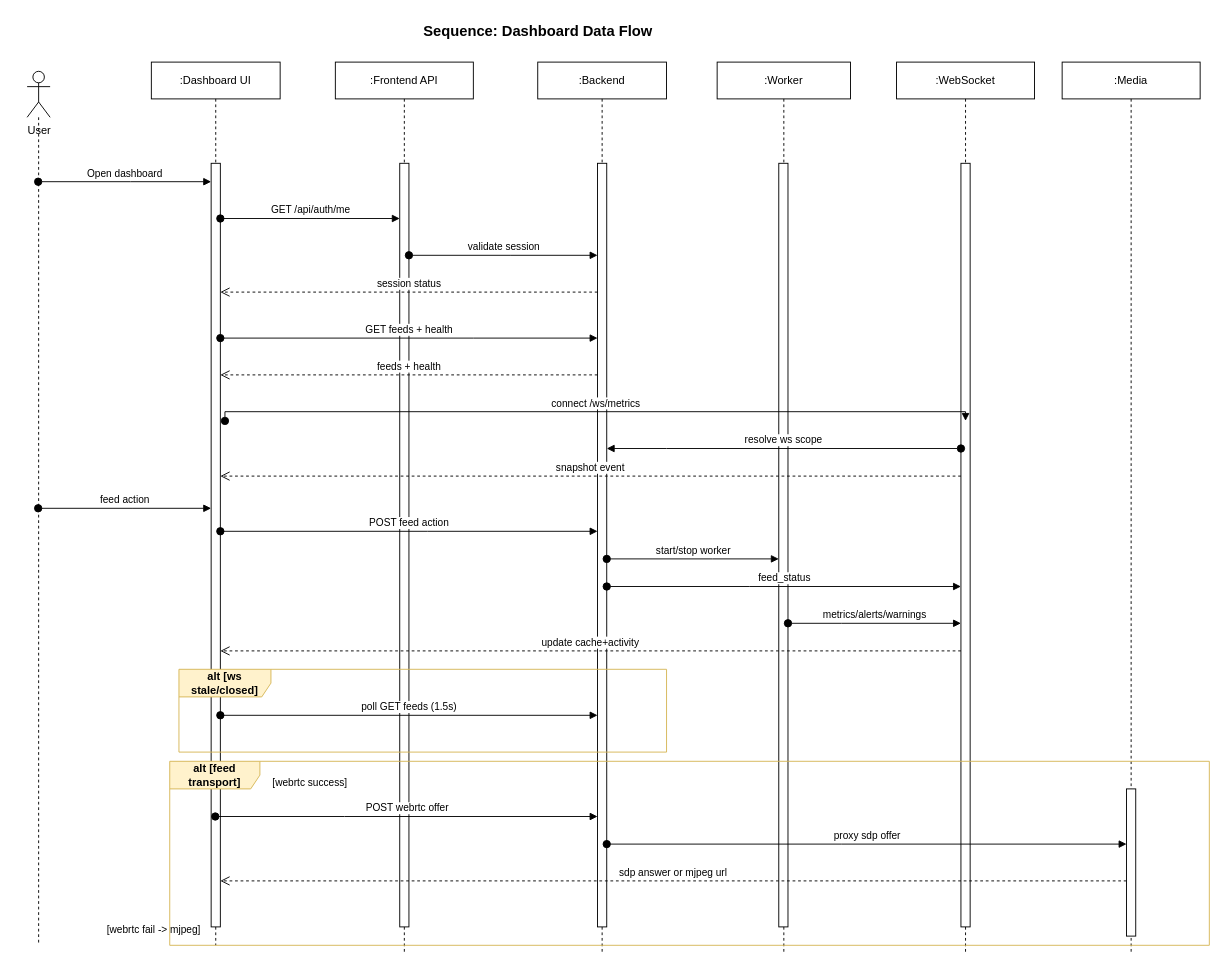
Salmen-BA21/Queue-Wait-Time-Estimation keeps this draw.io diagram as report-latex/figures/drawio/chapter5_dashboard_data_flow_sequence.drawio. Above is the earlier version. Source tidied: cells renumbered, new cells numbered last; positions are measured from the earlier drawing's top-left corner, leaving out a move shared by most shapes. Both pictures are drawn from the tidied source at 92%, with x=0, y=0 at pixel (15, 16).
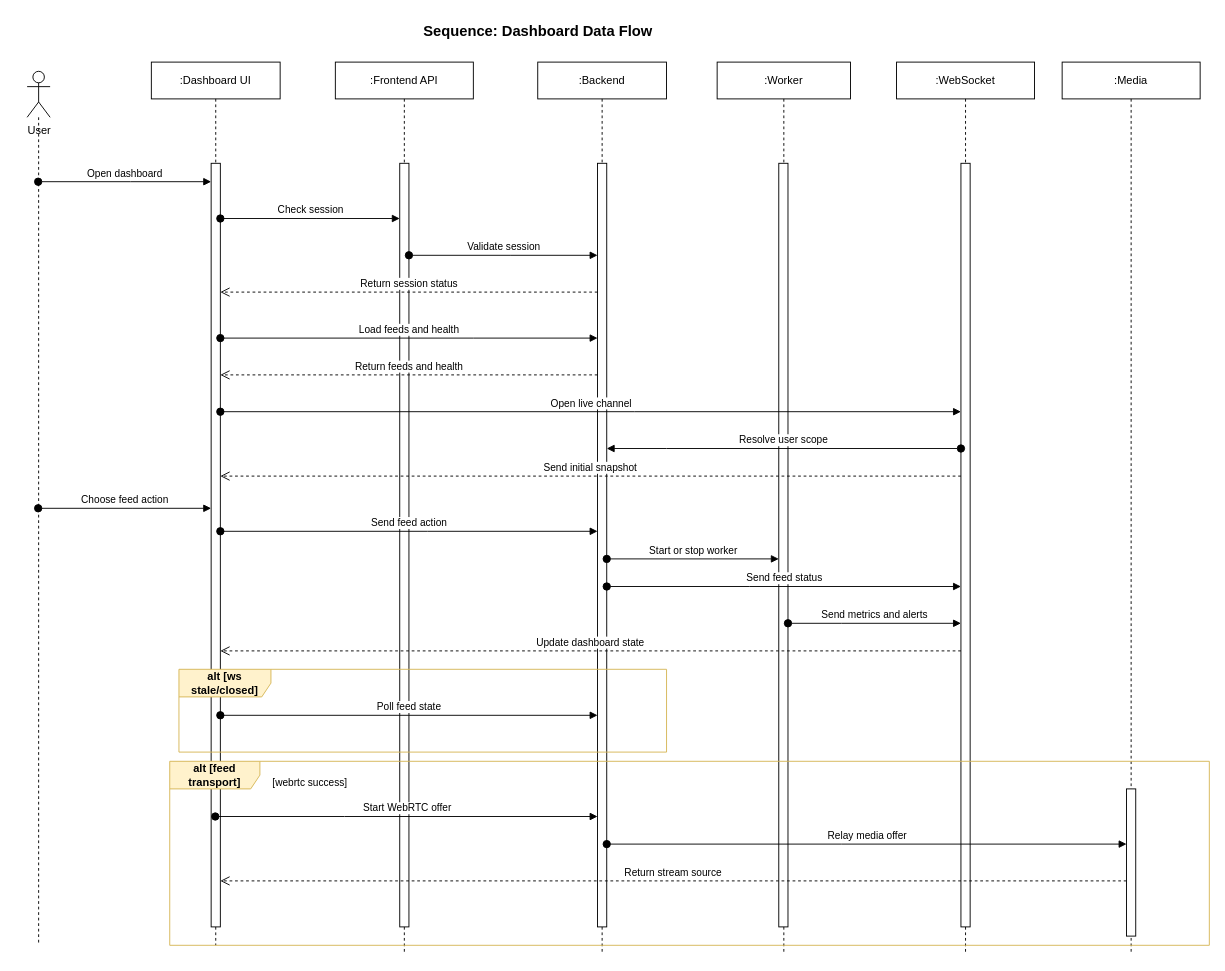
Above is the later version.

Unchanged cells that the change refers to:
```xml
<mxCell id="3" value=":Dashboard UI" style="shape=umlLifeline;perimeter=lifelinePerimeter;whiteSpace=wrap;html=1;outlineConnect=0;portConstraint=eastwest;" parent="1" vertex="1">
  <mxGeometry x="148" y="50" width="140" height="960" as="geometry" />
</mxCell>
<mxCell id="4" style="html=1;points=[];perimeter=orthogonalPerimeter;outlineConnect=0;targetShapes=umlLifeline;portConstraint=eastwest;" parent="3" vertex="1">
  <mxGeometry x="65" y="110" width="10" height="830" as="geometry" />
</mxCell>
<mxCell id="6" style="html=1;points=[];perimeter=orthogonalPerimeter;outlineConnect=0;targetShapes=umlLifeline;portConstraint=eastwest;" parent="5" vertex="1">
  <mxGeometry x="70" y="110" width="10" height="830" as="geometry" />
</mxCell>
<mxCell id="8" style="html=1;points=[];perimeter=orthogonalPerimeter;outlineConnect=0;targetShapes=umlLifeline;portConstraint=eastwest;" parent="7" vertex="1">
  <mxGeometry x="65" y="110" width="10" height="830" as="geometry" />
</mxCell>
<mxCell id="10" style="html=1;points=[];perimeter=orthogonalPerimeter;outlineConnect=0;targetShapes=umlLifeline;portConstraint=eastwest;" parent="9" vertex="1">
  <mxGeometry x="67" y="110" width="10" height="830" as="geometry" />
</mxCell>
<mxCell id="12" style="html=1;points=[];perimeter=orthogonalPerimeter;outlineConnect=0;targetShapes=umlLifeline;portConstraint=eastwest;" parent="11" vertex="1">
  <mxGeometry x="70" y="110" width="10" height="830" as="geometry" />
</mxCell>
<mxCell id="36" style="shape=umlLifeline;perimeter=lifelinePerimeter;whiteSpace=wrap;html=1;outlineConnect=0;portConstraint=eastwest;newEdgeStyle={&quot;curved&quot;:0,&quot;rounded&quot;:0};participant=umlActor;size=50;" parent="1" vertex="1">
  <mxGeometry x="13" y="60" width="25" height="950" as="geometry" />
</mxCell>
```

What changed in the source:
```diff
@@
-    <mxCell id="15" value="GET /api/auth/me" style="html=1;verticalAlign=bottom;startArrow=oval;endArrow=block;startSize=8;edgeStyle=elbowEdgeStyle;elbow=vertical;curved=0;rounded=0;" parent="1" edge="1" source="4" target="6">
+    <mxCell id="15" value="Check session" style="html=1;verticalAlign=bottom;startArrow=oval;endArrow=block;startSize=8;edgeStyle=elbowEdgeStyle;elbow=vertical;curved=0;rounded=0;" parent="1" edge="1" source="4" target="6">
       <mxGeometry relative="1" as="geometry">
         <Array as="points">
           <mxPoint x="328" y="220" />
         </Array>
       </mxGeometry>
     </mxCell>
-    <mxCell id="16" value="validate session" style="html=1;verticalAlign=bottom;startArrow=oval;endArrow=block;startSize=8;edgeStyle=elbowEdgeStyle;elbow=vertical;curved=0;rounded=0;" parent="1" edge="1" source="6" target="8">
+    <mxCell id="16" value="Validate session" style="html=1;verticalAlign=bottom;startArrow=oval;endArrow=block;startSize=8;edgeStyle=elbowEdgeStyle;elbow=vertical;curved=0;rounded=0;" parent="1" edge="1" source="6" target="8">
       <mxGeometry relative="1" as="geometry">
         <Array as="points">
           <mxPoint x="538" y="260" />
         </Array>
       </mxGeometry>
     </mxCell>
-    <mxCell id="17" value="session status" style="html=1;verticalAlign=bottom;endArrow=open;dashed=1;endSize=8;edgeStyle=elbowEdgeStyle;elbow=vertical;curved=0;rounded=0;" parent="1" edge="1" source="8" target="4">
+    <mxCell id="17" value="Return session status" style="html=1;verticalAlign=bottom;endArrow=open;dashed=1;endSize=8;edgeStyle=elbowEdgeStyle;elbow=vertical;curved=0;rounded=0;" parent="1" edge="1" source="8" target="4">
       <mxGeometry relative="1" as="geometry">
         <Array as="points">
           <mxPoint x="448" y="300" />
         </Array>
       </mxGeometry>
     </mxCell>
-    <mxCell id="18" value="GET feeds + health" style="html=1;verticalAlign=bottom;startArrow=oval;endArrow=block;startSize=8;edgeStyle=elbowEdgeStyle;elbow=vertical;curved=0;rounded=0;" parent="1" edge="1" source="4" target="8">
+    <mxCell id="18" value="Load feeds and health" style="html=1;verticalAlign=bottom;startArrow=oval;endArrow=block;startSize=8;edgeStyle=elbowEdgeStyle;elbow=vertical;curved=0;rounded=0;" parent="1" edge="1" source="4" target="8">
       <mxGeometry relative="1" as="geometry">
         <Array as="points">
           <mxPoint x="498" y="350" />
           <mxPoint x="528" y="330" />
         </Array>
       </mxGeometry>
     </mxCell>
-    <mxCell id="19" value="feeds + health" style="html=1;verticalAlign=bottom;endArrow=open;dashed=1;endSize=8;edgeStyle=elbowEdgeStyle;elbow=vertical;curved=0;rounded=0;" parent="1" edge="1" source="8" target="4">
+    <mxCell id="19" value="Return feeds and health" style="html=1;verticalAlign=bottom;endArrow=open;dashed=1;endSize=8;edgeStyle=elbowEdgeStyle;elbow=vertical;curved=0;rounded=0;" parent="1" edge="1" source="8" target="4">
       <mxGeometry relative="1" as="geometry">
         <Array as="points">
           <mxPoint x="488" y="390" />
           <mxPoint x="448" y="370" />
         </Array>
       </mxGeometry>
     </mxCell>
-    <mxCell id="20" value="connect /ws/metrics" style="html=1;verticalAlign=bottom;startArrow=oval;endArrow=block;startSize=8;edgeStyle=elbowEdgeStyle;elbow=vertical;curved=0;rounded=0;" parent="1" edge="1">
+    <mxCell id="20" value="Open live channel" style="html=1;verticalAlign=bottom;startArrow=oval;endArrow=block;startSize=8;edgeStyle=elbowEdgeStyle;elbow=vertical;curved=0;rounded=0;" parent="1" edge="1" source="4" target="12">
       <mxGeometry relative="1" as="geometry">
-        <mxPoint x="228" y="440" as="sourcePoint" />
-        <mxPoint x="1033" y="440" as="targetPoint" />
         <Array as="points">
           <mxPoint x="673" y="430" />
         </Array>
       </mxGeometry>
     </mxCell>
-    <mxCell id="21" value="resolve ws scope" style="html=1;verticalAlign=bottom;startArrow=oval;endArrow=block;startSize=8;edgeStyle=elbowEdgeStyle;elbow=vertical;curved=0;rounded=0;" parent="1" edge="1" source="12" target="8">
+    <mxCell id="21" value="Resolve user scope" style="html=1;verticalAlign=bottom;startArrow=oval;endArrow=block;startSize=8;edgeStyle=elbowEdgeStyle;elbow=vertical;curved=0;rounded=0;" parent="1" edge="1" source="12" target="8">
       <mxGeometry relative="1" as="geometry">
         <Array as="points">
           <mxPoint x="708" y="470" />
           <mxPoint x="828" y="468" />
         </Array>
       </mxGeometry>
     </mxCell>
-    <mxCell id="22" value="snapshot event" style="html=1;verticalAlign=bottom;endArrow=open;dashed=1;endSize=8;edgeStyle=elbowEdgeStyle;elbow=vertical;curved=0;rounded=0;" parent="1" edge="1" source="12" target="4">
+    <mxCell id="22" value="Send initial snapshot" style="html=1;verticalAlign=bottom;endArrow=open;dashed=1;endSize=8;edgeStyle=elbowEdgeStyle;elbow=vertical;curved=0;rounded=0;" parent="1" edge="1" source="12" target="4">
       <mxGeometry relative="1" as="geometry">
         <Array as="points">
           <mxPoint x="678" y="500" />
           <mxPoint x="638" y="490" />
         </Array>
       </mxGeometry>
     </mxCell>
-    <mxCell id="23" value="feed action" style="html=1;verticalAlign=bottom;startArrow=oval;endArrow=block;startSize=8;edgeStyle=elbowEdgeStyle;elbow=vertical;curved=0;rounded=0;" parent="1" edge="1" source="36" target="4">
+    <mxCell id="23" value="Choose feed action" style="html=1;verticalAlign=bottom;startArrow=oval;endArrow=block;startSize=8;edgeStyle=elbowEdgeStyle;elbow=vertical;curved=0;rounded=0;" parent="1" edge="1" source="36" target="4">
       <mxGeometry relative="1" as="geometry">
         <Array as="points">
           <mxPoint x="128" y="535" />
         </Array>
       </mxGeometry>
     </mxCell>
-    <mxCell id="24" value="POST feed action" style="html=1;verticalAlign=bottom;startArrow=oval;endArrow=block;startSize=8;edgeStyle=elbowEdgeStyle;elbow=vertical;curved=0;rounded=0;" parent="1" edge="1" source="4" target="8">
+    <mxCell id="24" value="Send feed action" style="html=1;verticalAlign=bottom;startArrow=oval;endArrow=block;startSize=8;edgeStyle=elbowEdgeStyle;elbow=vertical;curved=0;rounded=0;" parent="1" edge="1" source="4" target="8">
       <mxGeometry relative="1" as="geometry">
         <Array as="points">
           <mxPoint x="448" y="560" />
         </Array>
       </mxGeometry>
     </mxCell>
-    <mxCell id="25" value="start/stop worker" style="html=1;verticalAlign=bottom;startArrow=oval;endArrow=block;startSize=8;edgeStyle=elbowEdgeStyle;elbow=vertical;curved=0;rounded=0;" parent="1" edge="1" source="8" target="10">
+    <mxCell id="25" value="Start or stop worker" style="html=1;verticalAlign=bottom;startArrow=oval;endArrow=block;startSize=8;edgeStyle=elbowEdgeStyle;elbow=vertical;curved=0;rounded=0;" parent="1" edge="1" source="8" target="10">
       <mxGeometry relative="1" as="geometry">
         <Array as="points">
           <mxPoint x="758" y="590" />
         </Array>
       </mxGeometry>
     </mxCell>
-    <mxCell id="26" value="feed_status" style="html=1;verticalAlign=bottom;startArrow=oval;endArrow=block;startSize=8;edgeStyle=elbowEdgeStyle;elbow=vertical;curved=0;rounded=0;" parent="1" edge="1" source="8" target="12">
+    <mxCell id="26" value="Send feed status" style="html=1;verticalAlign=bottom;startArrow=oval;endArrow=block;startSize=8;edgeStyle=elbowEdgeStyle;elbow=vertical;curved=0;rounded=0;" parent="1" edge="1" source="8" target="12">
       <mxGeometry relative="1" as="geometry">
         <Array as="points">
           <mxPoint x="798" y="620" />
           <mxPoint x="818" y="600" />
           <mxPoint x="848" y="580" />
           <mxPoint x="848" y="350" />
         </Array>
       </mxGeometry>
     </mxCell>
-    <mxCell id="27" value="metrics/alerts/warnings" style="html=1;verticalAlign=bottom;startArrow=oval;endArrow=block;startSize=8;edgeStyle=elbowEdgeStyle;elbow=vertical;curved=0;rounded=0;" parent="1" edge="1" source="10" target="12">
+    <mxCell id="27" value="Send metrics and alerts" style="html=1;verticalAlign=bottom;startArrow=oval;endArrow=block;startSize=8;edgeStyle=elbowEdgeStyle;elbow=vertical;curved=0;rounded=0;" parent="1" edge="1" source="10" target="12">
       <mxGeometry relative="1" as="geometry">
         <Array as="points">
           <mxPoint x="898" y="660" />
           <mxPoint x="958" y="610" />
         </Array>
       </mxGeometry>
     </mxCell>
-    <mxCell id="28" value="update cache+activity" style="html=1;verticalAlign=bottom;endArrow=open;dashed=1;endSize=8;edgeStyle=elbowEdgeStyle;elbow=vertical;curved=0;rounded=0;" parent="1" edge="1" source="12" target="4">
+    <mxCell id="28" value="Update dashboard state" style="html=1;verticalAlign=bottom;endArrow=open;dashed=1;endSize=8;edgeStyle=elbowEdgeStyle;elbow=vertical;curved=0;rounded=0;" parent="1" edge="1" source="12" target="4">
       <mxGeometry relative="1" as="geometry">
         <Array as="points">
           <mxPoint x="738" y="690" />
           <mxPoint x="868" y="670" />
           <mxPoint x="618" y="640" />
         </Array>
       </mxGeometry>
     </mxCell>
@@
-    <mxCell id="30" value="poll GET feeds (1.5s)" style="html=1;verticalAlign=bottom;startArrow=oval;endArrow=block;startSize=8;edgeStyle=elbowEdgeStyle;elbow=vertical;curved=0;rounded=0;" parent="1" edge="1" source="4" target="8">
+    <mxCell id="30" value="Poll feed state" style="html=1;verticalAlign=bottom;startArrow=oval;endArrow=block;startSize=8;edgeStyle=elbowEdgeStyle;elbow=vertical;curved=0;rounded=0;" parent="1" edge="1" source="4" target="8">
       <mxGeometry relative="1" as="geometry">
         <Array as="points">
           <mxPoint x="428" y="760" />
         </Array>
       </mxGeometry>
     </mxCell>
@@
-    <mxCell id="32" value="POST webrtc offer" style="html=1;verticalAlign=bottom;startArrow=oval;endArrow=block;startSize=8;edgeStyle=elbowEdgeStyle;elbow=vertical;curved=0;rounded=0;" parent="1" edge="1" source="3" target="8">
+    <mxCell id="32" value="Start WebRTC offer" style="html=1;verticalAlign=bottom;startArrow=oval;endArrow=block;startSize=8;edgeStyle=elbowEdgeStyle;elbow=vertical;curved=0;rounded=0;" parent="1" edge="1" source="3" target="8">
       <mxGeometry relative="1" as="geometry">
         <Array as="points">
           <mxPoint x="358" y="870" />
           <mxPoint x="488" y="840" />
         </Array>
       </mxGeometry>
     </mxCell>
-    <mxCell id="33" value="proxy sdp offer" style="html=1;verticalAlign=bottom;startArrow=oval;endArrow=block;startSize=8;edgeStyle=elbowEdgeStyle;elbow=vertical;curved=0;rounded=0;" parent="1" edge="1">
+    <mxCell id="33" value="Relay media offer" style="html=1;verticalAlign=bottom;startArrow=oval;endArrow=block;startSize=8;edgeStyle=elbowEdgeStyle;elbow=vertical;curved=0;rounded=0;" parent="1" edge="1">
       <mxGeometry relative="1" as="geometry">
         <mxPoint x="643" y="900" as="sourcePoint" />
         <mxPoint x="1208" y="900" as="targetPoint" />
         <Array as="points">
           <mxPoint x="898" y="900" />
         </Array>
       </mxGeometry>
     </mxCell>
-    <mxCell id="34" value="sdp answer or mjpeg url" style="html=1;verticalAlign=bottom;endArrow=open;dashed=1;endSize=8;edgeStyle=elbowEdgeStyle;elbow=vertical;curved=0;rounded=0;" parent="1" edge="1">
+    <mxCell id="34" value="Return stream source" style="html=1;verticalAlign=bottom;endArrow=open;dashed=1;endSize=8;edgeStyle=elbowEdgeStyle;elbow=vertical;curved=0;rounded=0;" parent="1" edge="1">
       <mxGeometry relative="1" as="geometry">
         <mxPoint x="1208" y="940" as="sourcePoint" />
         <mxPoint x="223" y="940" as="targetPoint" />
         <Array as="points">
           <mxPoint x="418" y="940" />
           <mxPoint x="708" y="890" />
         </Array>
       </mxGeometry>
     </mxCell>
-    <mxCell id="35" value="[webrtc fail -&gt; mjpeg]" style="text;html=1;strokeColor=none;fillColor=none;align=left;verticalAlign=top;whiteSpace=wrap;rounded=0;fontSize=11;" parent="1" vertex="1">
-      <mxGeometry x="98" y="980" width="220" height="20" as="geometry" />
-    </mxCell>
```
